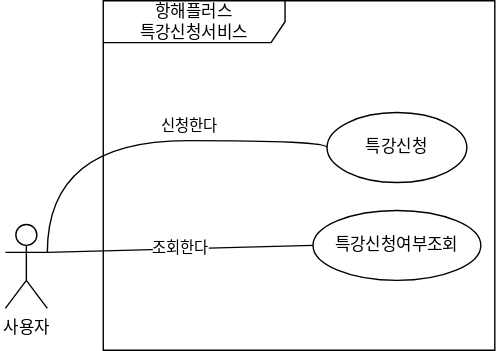
Earlier version of the draw.io export src/main/java/com/tdd/speciallectureapply/document/diagram/1.use-case.svg (kabalport/special-lecture-apply). Source tidied: cells renumbered, new cells last; positions are measured from the earlier drawing's top-left corner, leaving out a move shared by most shapes.
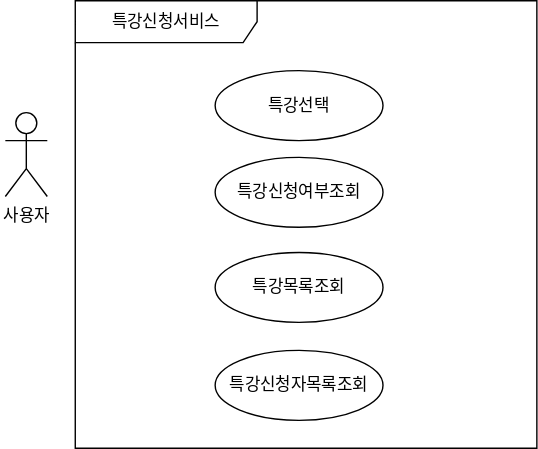
The same file after the commit.

Diff of the diagram source:
```diff
@@ -3,34 +3,22 @@
     <mxCell id="0" />
     <mxCell id="1" parent="0" />
     <mxCell id="2" value="사용자" style="shape=umlActor;verticalLabelPosition=bottom;verticalAlign=top;html=1;outlineConnect=0;" parent="1" vertex="1">
-      <mxGeometry y="160" width="30" height="60" as="geometry" />
+      <mxGeometry x="-27" y="80" width="30" height="60" as="geometry" />
     </mxCell>
-    <mxCell id="3" value="항해플러스&lt;br&gt;특강신청서비스" style="shape=umlFrame;whiteSpace=wrap;html=1;width=130;height=30;" parent="1" vertex="1">
-      <mxGeometry x="70" width="280" height="250" as="geometry" />
+    <mxCell id="3" value="특강신청서비스" style="shape=umlFrame;whiteSpace=wrap;html=1;width=130;height=30;" parent="1" vertex="1">
+      <mxGeometry x="23" width="330" height="320" as="geometry" />
     </mxCell>
-    <mxCell id="4" value="조회한다" style="jettySize=auto;html=1;exitX=0;exitY=0.5;exitDx=0;exitDy=0;strokeColor=default;rounded=0;endArrow=none;endFill=0;" parent="1" edge="1" source="5">
-      <mxGeometry relative="1" as="geometry">
-        <mxPoint x="30" y="180" as="targetPoint" />
-      </mxGeometry>
-    </mxCell>
     <mxCell id="5" value="특강신청여부조회" style="ellipse;whiteSpace=wrap;html=1;" parent="1" vertex="1">
-      <mxGeometry x="220" y="150" width="120" height="50" as="geometry" />
+      <mxGeometry x="123" y="112" width="120" height="50" as="geometry" />
     </mxCell>
-    <mxCell id="6" value="특강신청" style="ellipse;whiteSpace=wrap;html=1;" parent="1" vertex="1">
-      <mxGeometry x="230" y="80" width="100" height="50" as="geometry" />
+    <mxCell id="6" value="특강선택" style="ellipse;whiteSpace=wrap;html=1;" parent="1" vertex="1">
+      <mxGeometry x="123" y="50" width="120" height="50" as="geometry" />
     </mxCell>
-    <mxCell id="7" style="jettySize=auto;html=1;exitX=0;exitY=0.5;exitDx=0;exitDy=0;entryX=1;entryY=0.3333333333333333;entryDx=0;entryDy=0;entryPerimeter=0;endArrow=none;endFill=0;edgeStyle=orthogonalEdgeStyle;curved=1;" parent="1" edge="1" source="6" target="2">
-      <mxGeometry relative="1" as="geometry">
-        <Array as="points">
-          <mxPoint x="230" y="100" />
-          <mxPoint x="30" y="100" />
-        </Array>
-      </mxGeometry>
-    </mxCell>
-    <mxCell id="8" value="신청한다" style="edgeLabel;html=1;align=center;verticalAlign=middle;" parent="7" vertex="1">
-      <mxGeometry x="-0.45" y="4" relative="1" as="geometry">
-        <mxPoint x="-27" y="-14" as="offset" />
-      </mxGeometry>
+    <mxCell id="8" value="특강목록조회" style="ellipse;whiteSpace=wrap;html=1;" parent="1" vertex="1">
+      <mxGeometry x="123" y="180" width="120" height="50" as="geometry" />
     </mxCell>
+    <mxCell id="9" value="특강신청자목록조회" style="ellipse;whiteSpace=wrap;html=1;" parent="1" vertex="1">
+      <mxGeometry x="123" y="250" width="120" height="50" as="geometry" />
+    </mxCell>
   </root>
 </mxGraphModel>
```
